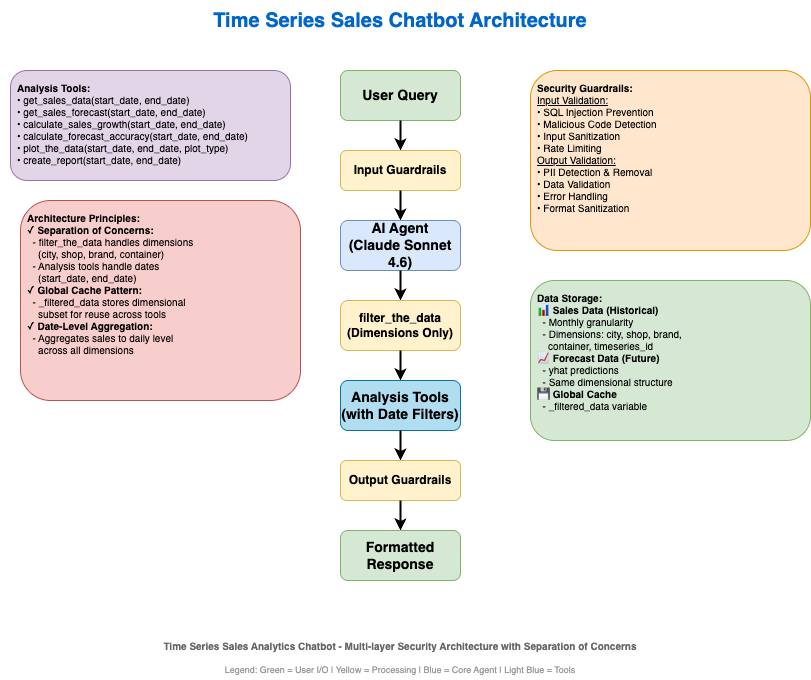
generalized-ml/Pandas-Agent keeps this draw.io diagram as assets/time_series_design.png. Above is the earlier version. Source tidied: cells renumbered, new cells last; positions are measured from the earlier drawing's top-left corner, leaving out a move shared by most shapes.
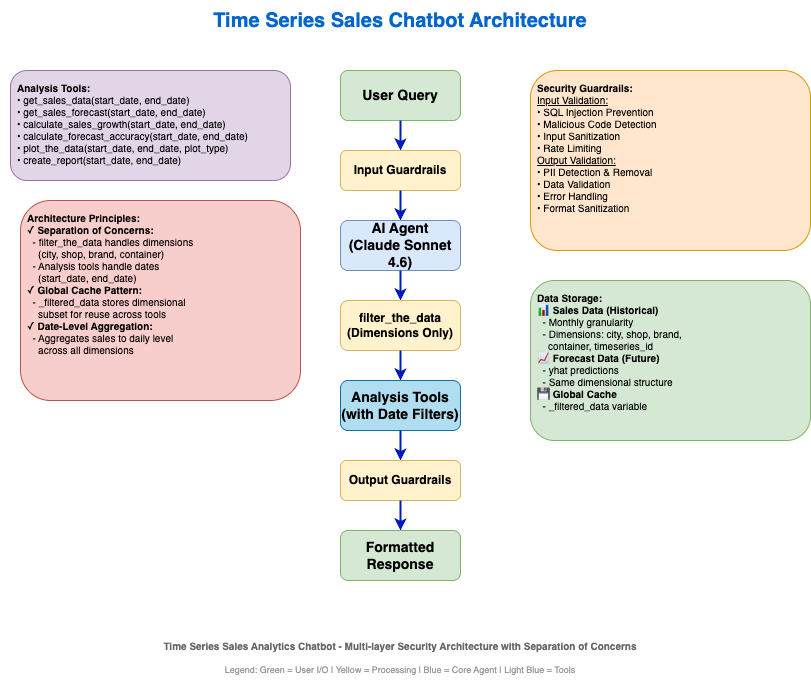
The same diagram one commit later.

The edit, as a diff of the source:
```diff
@@ -8,37 +8,37 @@
     <mxCell id="3" value="User Query" style="rounded=1;whiteSpace=wrap;html=1;fillColor=#d5e8d4;strokeColor=#82b366;fontSize=14;fontStyle=1;" parent="1" vertex="1">
       <mxGeometry x="340" y="70" width="120" height="50" as="geometry" />
     </mxCell>
-    <mxCell id="4" style="edgeStyle=orthogonalEdgeStyle;rounded=0;jettySize=auto;html=1;strokeWidth=2;endArrow=classic;endFill=1;" parent="1" edge="1" source="3" target="5">
+    <mxCell id="4" style="edgeStyle=orthogonalEdgeStyle;rounded=0;jettySize=auto;html=1;strokeWidth=2;endArrow=classic;endFill=1;fillColor=#0050ef;strokeColor=#001DBC;" parent="1" edge="1" source="3" target="5">
       <mxGeometry relative="1" as="geometry" />
     </mxCell>
     <mxCell id="5" value="Input Guardrails" style="rounded=1;whiteSpace=wrap;html=1;fillColor=#fff2cc;strokeColor=#d6b656;fontSize=12;fontStyle=1;" parent="1" vertex="1">
       <mxGeometry x="340" y="150" width="120" height="40" as="geometry" />
     </mxCell>
-    <mxCell id="6" style="edgeStyle=orthogonalEdgeStyle;rounded=0;jettySize=auto;html=1;strokeWidth=2;endArrow=classic;endFill=1;" parent="1" edge="1" source="5" target="7">
+    <mxCell id="6" style="edgeStyle=orthogonalEdgeStyle;rounded=0;jettySize=auto;html=1;strokeWidth=2;endArrow=classic;endFill=1;fillColor=#0050ef;strokeColor=#001DBC;" parent="1" edge="1" source="5" target="7">
       <mxGeometry relative="1" as="geometry" />
     </mxCell>
     <mxCell id="7" value="AI Agent&lt;br&gt;(Claude Sonnet 4.6)" style="rounded=1;whiteSpace=wrap;html=1;fillColor=#dae8fc;strokeColor=#6c8ebf;fontSize=14;fontStyle=1;" parent="1" vertex="1">
       <mxGeometry x="340" y="220" width="120" height="50" as="geometry" />
     </mxCell>
-    <mxCell id="8" style="edgeStyle=orthogonalEdgeStyle;rounded=0;jettySize=auto;html=1;strokeWidth=2;endArrow=classic;endFill=1;" parent="1" edge="1" source="7" target="9">
+    <mxCell id="8" style="edgeStyle=orthogonalEdgeStyle;rounded=0;jettySize=auto;html=1;strokeWidth=2;endArrow=classic;endFill=1;fillColor=#0050ef;strokeColor=#001DBC;" parent="1" edge="1" source="7" target="9">
       <mxGeometry relative="1" as="geometry" />
     </mxCell>
     <mxCell id="9" value="filter_the_data&lt;br&gt;(Dimensions Only)" style="rounded=1;whiteSpace=wrap;html=1;fillColor=#fff2cc;strokeColor=#d6b656;fontSize=12;fontStyle=1;" parent="1" vertex="1">
       <mxGeometry x="340" y="300" width="120" height="50" as="geometry" />
     </mxCell>
-    <mxCell id="10" style="edgeStyle=orthogonalEdgeStyle;rounded=0;jettySize=auto;html=1;strokeWidth=2;endArrow=classic;endFill=1;" parent="1" edge="1" source="9" target="11">
+    <mxCell id="10" style="edgeStyle=orthogonalEdgeStyle;rounded=0;jettySize=auto;html=1;strokeWidth=2;endArrow=classic;endFill=1;fillColor=#0050ef;strokeColor=#001DBC;" parent="1" edge="1" source="9" target="11">
       <mxGeometry relative="1" as="geometry" />
     </mxCell>
     <mxCell id="11" value="Analysis Tools&lt;br&gt;(with Date Filters)" style="rounded=1;whiteSpace=wrap;html=1;fillColor=#b1ddf0;strokeColor=#10739e;fontSize=14;fontStyle=1;" parent="1" vertex="1">
       <mxGeometry x="340" y="380" width="120" height="50" as="geometry" />
     </mxCell>
-    <mxCell id="12" style="edgeStyle=orthogonalEdgeStyle;rounded=0;jettySize=auto;html=1;strokeWidth=2;endArrow=classic;endFill=1;" parent="1" edge="1" source="11" target="13">
+    <mxCell id="12" style="edgeStyle=orthogonalEdgeStyle;rounded=0;jettySize=auto;html=1;strokeWidth=2;endArrow=classic;endFill=1;fillColor=#0050ef;strokeColor=#001DBC;" parent="1" edge="1" source="11" target="13">
       <mxGeometry relative="1" as="geometry" />
     </mxCell>
     <mxCell id="13" value="Output Guardrails" style="rounded=1;whiteSpace=wrap;html=1;fillColor=#fff2cc;strokeColor=#d6b656;fontSize=12;fontStyle=1;" parent="1" vertex="1">
       <mxGeometry x="340" y="460" width="120" height="40" as="geometry" />
     </mxCell>
-    <mxCell id="14" style="edgeStyle=orthogonalEdgeStyle;rounded=0;jettySize=auto;html=1;strokeWidth=2;endArrow=classic;endFill=1;" parent="1" edge="1" source="13" target="15">
+    <mxCell id="14" style="edgeStyle=orthogonalEdgeStyle;rounded=0;jettySize=auto;html=1;strokeWidth=2;endArrow=classic;endFill=1;fillColor=#0050ef;strokeColor=#001DBC;" parent="1" edge="1" source="13" target="15">
       <mxGeometry relative="1" as="geometry" />
     </mxCell>
     <mxCell id="15" value="Formatted Response" style="rounded=1;whiteSpace=wrap;html=1;fillColor=#d5e8d4;strokeColor=#82b366;fontSize=14;fontStyle=1;" parent="1" vertex="1">
```
